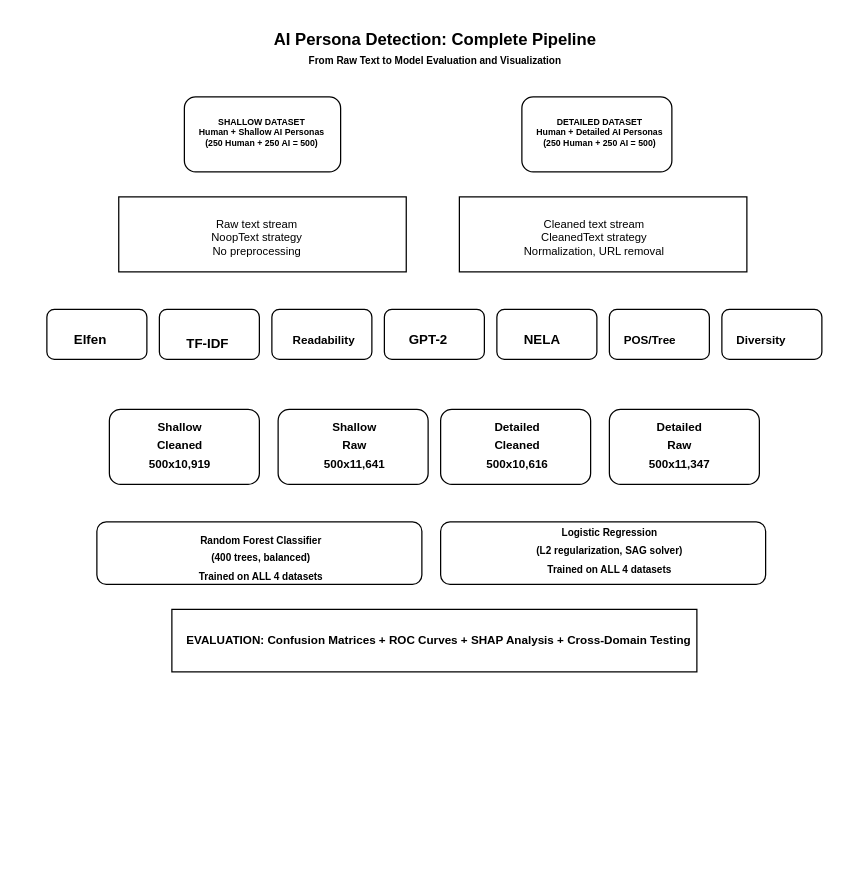
Likich/LLMsim keeps this draw.io diagram as aipersonas.drawio. Above is the earlier version. Source tidied: cells renumbered, new cells numbered last; positions are measured from the earlier drawing's top-left corner, leaving out a move shared by most shapes. Both pictures are drawn from the tidied source at 125%, with x=0, y=0 at pixel (46, 21).
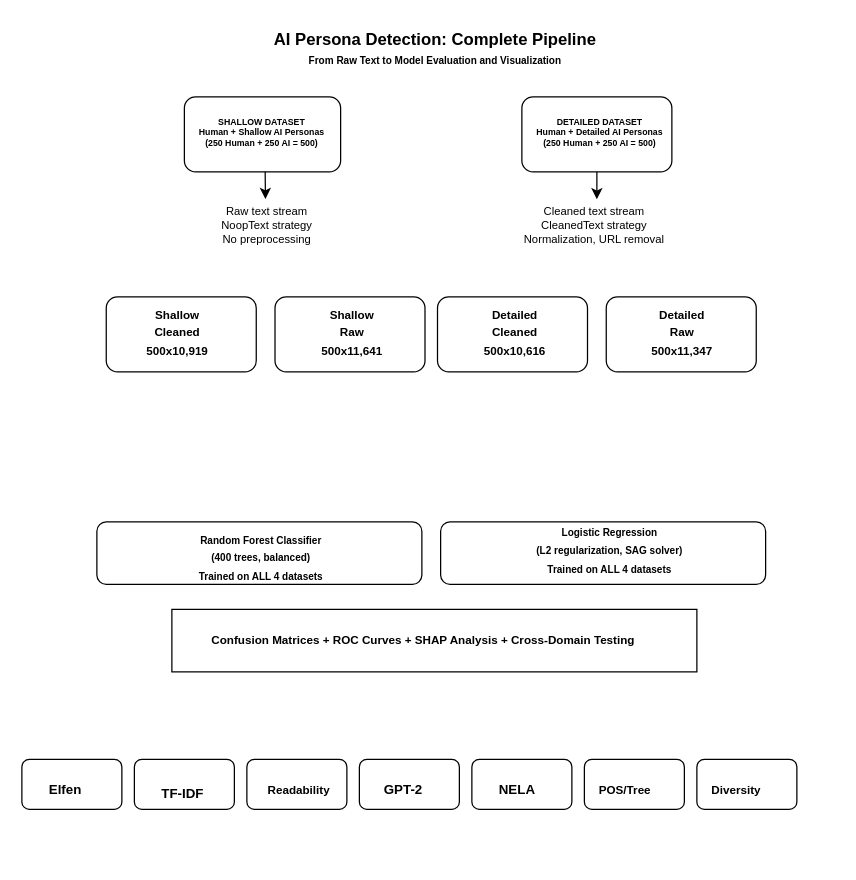
The same page after the edit.

Unchanged cells that the change refers to:
```xml
<mxCell id="2" style="rounded=1;whiteSpace=wrap;html=1;" parent="1" vertex="1">
  <mxGeometry x="110" y="60" width="125" height="60" as="geometry" />
</mxCell>
```

The edit, as a diff of the source:
```diff
@@
-<mxGraphModel>
+<mxGraphModel background="#FFFFFF">
@@
-    <mxCell id="4" style="rounded=0;whiteSpace=wrap;html=1;" parent="1" vertex="1">
-      <mxGeometry x="57.5" y="140" width="230" height="60" as="geometry" />
-    </mxCell>
     <mxCell id="5" style="rounded=1;whiteSpace=wrap;html=1;" parent="1" vertex="1">
-      <mxGeometry y="230" width="80" height="40" as="geometry" />
+      <mxGeometry x="-20" y="590" width="80" height="40" as="geometry" />
     </mxCell>
     <mxCell id="6" style="rounded=1;whiteSpace=wrap;html=1;" parent="1" vertex="1">
-      <mxGeometry x="90" y="230" width="80" height="40" as="geometry" />
+      <mxGeometry x="70" y="590" width="80" height="40" as="geometry" />
     </mxCell>
     <mxCell id="7" style="rounded=1;whiteSpace=wrap;html=1;" parent="1" vertex="1">
-      <mxGeometry x="180" y="230" width="80" height="40" as="geometry" />
+      <mxGeometry x="160" y="590" width="80" height="40" as="geometry" />
     </mxCell>
     <mxCell id="8" style="rounded=1;whiteSpace=wrap;html=1;" parent="1" vertex="1">
-      <mxGeometry x="270" y="230" width="80" height="40" as="geometry" />
+      <mxGeometry x="250" y="590" width="80" height="40" as="geometry" />
     </mxCell>
     <mxCell id="9" style="rounded=1;whiteSpace=wrap;html=1;" parent="1" vertex="1">
-      <mxGeometry x="360" y="230" width="80" height="40" as="geometry" />
+      <mxGeometry x="340" y="590" width="80" height="40" as="geometry" />
     </mxCell>
     <mxCell id="10" style="rounded=1;whiteSpace=wrap;html=1;" parent="1" vertex="1">
-      <mxGeometry x="450" y="230" width="80" height="40" as="geometry" />
+      <mxGeometry x="430" y="590" width="80" height="40" as="geometry" />
     </mxCell>
     <mxCell id="11" style="rounded=1;whiteSpace=wrap;html=1;" parent="1" vertex="1">
-      <mxGeometry x="540" y="230" width="80" height="40" as="geometry" />
+      <mxGeometry x="520" y="590" width="80" height="40" as="geometry" />
     </mxCell>
     <mxCell id="12" style="rounded=1;whiteSpace=wrap;html=1;" parent="1" vertex="1">
-      <mxGeometry x="50" y="310" width="120" height="60" as="geometry" />
+      <mxGeometry x="47.5" y="220" width="120" height="60" as="geometry" />
     </mxCell>
     <mxCell id="13" style="rounded=1;whiteSpace=wrap;html=1;" parent="1" vertex="1">
-      <mxGeometry x="185" y="310" width="120" height="60" as="geometry" />
+      <mxGeometry x="182.5" y="220" width="120" height="60" as="geometry" />
     </mxCell>
     <mxCell id="14" style="rounded=1;whiteSpace=wrap;html=1;" parent="1" vertex="1">
-      <mxGeometry x="315" y="310" width="120" height="60" as="geometry" />
+      <mxGeometry x="312.5" y="220" width="120" height="60" as="geometry" />
     </mxCell>
     <mxCell id="15" style="rounded=1;whiteSpace=wrap;html=1;" parent="1" vertex="1">
-      <mxGeometry x="450" y="310" width="120" height="60" as="geometry" />
+      <mxGeometry x="447.5" y="220" width="120" height="60" as="geometry" />
     </mxCell>
@@
-    <mxCell id="22" style="rounded=0;whiteSpace=wrap;html=1;" parent="1" vertex="1">
-      <mxGeometry x="330" y="140" width="230" height="60" as="geometry" />
-    </mxCell>
     <mxCell id="23" value="&lt;span style=&quot;white-space-collapse: preserve;&quot; id=&quot;docs-internal-guid-e7ef2df1-7fff-57be-7523-29270b06d12b&quot;&gt;&lt;font style=&quot;font-size: 9px;&quot; face=&quot;Arial, sans-serif&quot;&gt;&lt;p dir=&quot;ltr&quot; style=&quot;line-height: 1.2; text-align: center; margin-top: 0pt; margin-bottom: 0pt;&quot;&gt;Raw text stream&lt;/p&gt;&lt;p dir=&quot;ltr&quot; style=&quot;line-height: 1.2; text-align: center; margin-top: 0pt; margin-bottom: 0pt;&quot;&gt;NoopText strategy&lt;/p&gt;&lt;p dir=&quot;ltr&quot; style=&quot;line-height: 1.2; text-align: center; margin-top: 0pt; margin-bottom: 0pt;&quot;&gt;No preprocessing&lt;/p&gt;&lt;/font&gt;&lt;/span&gt;" style="text;whiteSpace=wrap;html=1;" parent="1" vertex="1">
-      <mxGeometry x="130" y="150" width="125" height="40" as="geometry" />
+      <mxGeometry x="137.5" y="140" width="125" height="40" as="geometry" />
     </mxCell>
     <mxCell id="24" value="&lt;span style=&quot;white-space-collapse: preserve;&quot; id=&quot;docs-internal-guid-e7ef2df1-7fff-57be-7523-29270b06d12b&quot;&gt;&lt;font style=&quot;font-size: 9px;&quot; face=&quot;Arial, sans-serif&quot;&gt;&lt;p dir=&quot;ltr&quot; style=&quot;line-height: 1.2; text-align: center; margin-top: 0pt; margin-bottom: 0pt;&quot;&gt;Cleaned text stream&lt;/p&gt;&lt;p dir=&quot;ltr&quot; style=&quot;line-height: 1.2; text-align: center; margin-top: 0pt; margin-bottom: 0pt;&quot;&gt;CleanedText strategy&lt;/p&gt;&lt;p dir=&quot;ltr&quot; style=&quot;line-height: 1.2; text-align: center; margin-top: 0pt; margin-bottom: 0pt;&quot;&gt;Normalization, URL removal&lt;/p&gt;&lt;/font&gt;&lt;/span&gt;" style="text;whiteSpace=wrap;html=1;" parent="1" vertex="1">
-      <mxGeometry x="380" y="150" width="150" height="40" as="geometry" />
+      <mxGeometry x="380" y="140" width="150" height="40" as="geometry" />
     </mxCell>
     <mxCell id="25" value="&lt;b style=&quot;font-weight:normal;&quot; id=&quot;docs-internal-guid-ae7be2e6-7fff-836d-d5e1-5ad2f06c3954&quot;&gt;&lt;p dir=&quot;ltr&quot; style=&quot;line-height:1.2;text-align: center;margin-top:0pt;margin-bottom:0pt;&quot;&gt;&lt;span style=&quot;background-color: transparent; color: light-dark(rgb(0, 0, 0), rgb(237, 237, 237)); font-family: Arial, sans-serif; font-size: 8pt; font-weight: 700; white-space-collapse: preserve;&quot;&gt;Elfen&lt;/span&gt;&lt;/p&gt;&lt;/b&gt;" style="text;whiteSpace=wrap;html=1;" parent="1" vertex="1">
-      <mxGeometry x="20" y="240" width="50" height="40" as="geometry" />
+      <mxGeometry y="600" width="50" height="40" as="geometry" />
     </mxCell>
     <mxCell id="26" value="&lt;b style=&quot;font-weight:normal;&quot; id=&quot;docs-internal-guid-239a915f-7fff-9e85-c979-bd8349d87183&quot;&gt;&lt;p dir=&quot;ltr&quot; style=&quot;line-height:1.2;text-align: center;margin-top:0pt;margin-bottom:0pt;&quot;&gt;&lt;span style=&quot;font-size: 8pt; font-family: Arial, sans-serif; color: rgb(0, 0, 0); background-color: transparent; font-weight: 700; font-style: normal; font-variant: normal; text-decoration: none; vertical-align: baseline; white-space: pre-wrap;&quot;&gt;TF-IDF&lt;/span&gt;&lt;/p&gt;&lt;/b&gt;" style="text;whiteSpace=wrap;html=1;" parent="1" vertex="1">
-      <mxGeometry x="110" y="243.1" width="75" height="46.9" as="geometry" />
+      <mxGeometry x="90" y="603.1" width="75" height="46.9" as="geometry" />
     </mxCell>
     <mxCell id="27" value="&lt;b style=&quot;font-weight:normal;&quot; id=&quot;docs-internal-guid-65ea8784-7fff-c9c4-a3c4-50805980968f&quot;&gt;&lt;p dir=&quot;ltr&quot; style=&quot;line-height:1.2;text-align: center;margin-top:0pt;margin-bottom:0pt;&quot;&gt;&lt;span style=&quot;font-size: 7pt; font-family: Arial, sans-serif; color: rgb(0, 0, 0); background-color: transparent; font-weight: 700; font-style: normal; font-variant: normal; text-decoration: none; vertical-align: baseline; white-space: pre-wrap;&quot;&gt;Readabi&lt;/span&gt;&lt;span style=&quot;background-color: transparent; color: light-dark(rgb(0, 0, 0), rgb(237, 237, 237)); font-family: Arial, sans-serif; font-size: 7pt; font-weight: 700; white-space-collapse: preserve;&quot;&gt;lity&lt;/span&gt;&lt;/p&gt;&lt;/b&gt;" style="text;whiteSpace=wrap;html=1;" parent="1" vertex="1">
-      <mxGeometry x="195" y="240" width="100" height="70" as="geometry" />
+      <mxGeometry x="175" y="600" width="100" height="70" as="geometry" />
     </mxCell>
     <mxCell id="28" value="&lt;b style=&quot;font-weight:normal;&quot; id=&quot;docs-internal-guid-f7293e37-7fff-f836-a736-2f88431ca3c5&quot;&gt;&lt;p dir=&quot;ltr&quot; style=&quot;line-height:1.2;text-align: center;margin-top:0pt;margin-bottom:0pt;&quot;&gt;&lt;span style=&quot;font-size: 8pt; font-family: Arial, sans-serif; color: rgb(0, 0, 0); background-color: transparent; font-weight: 700; font-style: normal; font-variant: normal; text-decoration: none; vertical-align: baseline; white-space: pre-wrap;&quot;&gt;GPT-2&lt;/span&gt;&lt;/p&gt;&lt;/b&gt;" style="text;whiteSpace=wrap;html=1;" parent="1" vertex="1">
-      <mxGeometry x="287.5" y="240" width="80" height="50" as="geometry" />
+      <mxGeometry x="267.5" y="600" width="80" height="50" as="geometry" />
     </mxCell>
     <mxCell id="29" value="&lt;b style=&quot;font-weight:normal;&quot; id=&quot;docs-internal-guid-f9050e85-7fff-1b75-7c0d-9640b4de981a&quot;&gt;&lt;p dir=&quot;ltr&quot; style=&quot;line-height:1.2;text-align: center;margin-top:0pt;margin-bottom:0pt;&quot;&gt;&lt;span style=&quot;font-size: 8pt; font-family: Arial, sans-serif; color: rgb(0, 0, 0); background-color: transparent; font-weight: 700; font-style: normal; font-variant: normal; text-decoration: none; vertical-align: baseline; white-space: pre-wrap;&quot;&gt;NELA&lt;/span&gt;&lt;/p&gt;&lt;/b&gt;" style="text;whiteSpace=wrap;html=1;" parent="1" vertex="1">
-      <mxGeometry x="380" y="240" width="70" height="50" as="geometry" />
+      <mxGeometry x="360" y="600" width="70" height="50" as="geometry" />
     </mxCell>
     <mxCell id="30" value="&lt;b style=&quot;font-weight:normal;&quot; id=&quot;docs-internal-guid-a6923487-7fff-43c2-2566-b96d860c2867&quot;&gt;&lt;p dir=&quot;ltr&quot; style=&quot;line-height:1.2;text-align: center;margin-top:0pt;margin-bottom:0pt;&quot;&gt;&lt;span style=&quot;font-size: 7pt; font-family: Arial, sans-serif; color: rgb(0, 0, 0); background-color: transparent; font-weight: 700; font-style: normal; font-variant: normal; text-decoration: none; vertical-align: baseline; white-space: pre-wrap;&quot;&gt;POS/Tree&lt;/span&gt;&lt;/p&gt;&lt;/b&gt;" style="text;whiteSpace=wrap;html=1;" parent="1" vertex="1">
-      <mxGeometry x="460" y="240" width="80" height="50" as="geometry" />
+      <mxGeometry x="440" y="600" width="80" height="50" as="geometry" />
     </mxCell>
     <mxCell id="31" value="&lt;b style=&quot;font-weight:normal;&quot; id=&quot;docs-internal-guid-04bf9017-7fff-6697-55a7-8e5b70c8b0e8&quot;&gt;&lt;p dir=&quot;ltr&quot; style=&quot;line-height:1.2;text-align: center;margin-top:0pt;margin-bottom:0pt;&quot;&gt;&lt;span style=&quot;font-size: 7pt; font-family: Arial, sans-serif; color: rgb(0, 0, 0); background-color: transparent; font-weight: 700; font-style: normal; font-variant: normal; text-decoration: none; vertical-align: baseline; white-space: pre-wrap;&quot;&gt;Diversity&lt;/span&gt;&lt;/p&gt;&lt;/b&gt;" style="text;whiteSpace=wrap;html=1;" parent="1" vertex="1">
-      <mxGeometry x="550" y="240" width="80" height="50" as="geometry" />
+      <mxGeometry x="530" y="600" width="80" height="50" as="geometry" />
     </mxCell>
     <mxCell id="32" value="&lt;b id=&quot;docs-internal-guid-02ace674-7fff-3820-b169-0030c376648e&quot; style=&quot;forced-color-adjust: none; color: rgb(0, 0, 0); font-family: Helvetica; font-size: 12px; font-style: normal; font-variant-ligatures: normal; font-variant-caps: normal; letter-spacing: normal; orphans: 2; text-align: left; text-indent: 0px; text-transform: none; widows: 2; word-spacing: 0px; -webkit-text-stroke-width: 0px; white-space: normal; background-color: rgb(236, 236, 236); text-decoration-thickness: initial; text-decoration-style: initial; text-decoration-color: initial; font-weight: normal;&quot;&gt;&lt;p dir=&quot;ltr&quot; style=&quot;forced-color-adjust: none; line-height: 1.2; text-align: center; margin-top: 0pt; margin-bottom: 0pt;&quot;&gt;&lt;span style=&quot;forced-color-adjust: none; font-size: 7pt; font-family: Arial, sans-serif; color: light-dark(rgb(0, 0, 0), rgb(237, 237, 237)); background-color: transparent; font-weight: 700; font-style: normal; font-variant: normal; text-decoration: none; vertical-align: baseline; white-space: pre-wrap;&quot;&gt;Shallow&lt;/span&gt;&lt;/p&gt;&lt;p dir=&quot;ltr&quot; style=&quot;forced-color-adjust: none; line-height: 1.2; text-align: center; margin-top: 0pt; margin-bottom: 0pt;&quot;&gt;&lt;span style=&quot;forced-color-adjust: none; font-size: 7pt; font-family: Arial, sans-serif; color: light-dark(rgb(0, 0, 0), rgb(237, 237, 237)); background-color: transparent; font-weight: 700; font-style: normal; font-variant: normal; text-decoration: none; vertical-align: baseline; white-space: pre-wrap;&quot;&gt;Cleaned&lt;/span&gt;&lt;/p&gt;&lt;p dir=&quot;ltr&quot; style=&quot;forced-color-adjust: none; line-height: 1.2; text-align: center; margin-top: 0pt; margin-bottom: 0pt;&quot;&gt;&lt;span style=&quot;forced-color-adjust: none; font-size: 7pt; font-family: Arial, sans-serif; color: light-dark(rgb(0, 0, 0), rgb(237, 237, 237)); background-color: transparent; font-weight: 700; font-style: normal; font-variant: normal; text-decoration: none; vertical-align: baseline; white-space: pre-wrap;&quot;&gt;500x10,919&lt;/span&gt;&lt;/p&gt;&lt;/b&gt;" style="text;whiteSpace=wrap;html=1;" parent="1" vertex="1">
-      <mxGeometry x="80" y="310" width="80" height="70" as="geometry" />
+      <mxGeometry x="77.5" y="220" width="80" height="70" as="geometry" />
     </mxCell>
     <mxCell id="33" value="&lt;b id=&quot;docs-internal-guid-02ace674-7fff-3820-b169-0030c376648e&quot; style=&quot;forced-color-adjust: none; color: rgb(0, 0, 0); font-family: Helvetica; font-size: 12px; font-style: normal; font-variant-ligatures: normal; font-variant-caps: normal; letter-spacing: normal; orphans: 2; text-align: left; text-indent: 0px; text-transform: none; widows: 2; word-spacing: 0px; -webkit-text-stroke-width: 0px; white-space: normal; background-color: rgb(236, 236, 236); text-decoration-thickness: initial; text-decoration-style: initial; text-decoration-color: initial; font-weight: normal;&quot;&gt;&lt;p dir=&quot;ltr&quot; style=&quot;forced-color-adjust: none; line-height: 1.2; text-align: center; margin-top: 0pt; margin-bottom: 0pt;&quot;&gt;&lt;span style=&quot;forced-color-adjust: none; font-size: 7pt; font-family: Arial, sans-serif; color: light-dark(rgb(0, 0, 0), rgb(237, 237, 237)); background-color: transparent; font-weight: 700; font-style: normal; font-variant: normal; text-decoration: none; vertical-align: baseline; white-space: pre-wrap;&quot;&gt;Shallow&lt;/span&gt;&lt;/p&gt;&lt;p dir=&quot;ltr&quot; style=&quot;forced-color-adjust: none; line-height: 1.2; text-align: center; margin-top: 0pt; margin-bottom: 0pt;&quot;&gt;&lt;span style=&quot;forced-color-adjust: none; font-size: 7pt; font-family: Arial, sans-serif; color: light-dark(rgb(0, 0, 0), rgb(237, 237, 237)); background-color: transparent; font-weight: 700; font-style: normal; font-variant: normal; text-decoration: none; vertical-align: baseline; white-space: pre-wrap;&quot;&gt;Raw&lt;/span&gt;&lt;/p&gt;&lt;p dir=&quot;ltr&quot; style=&quot;forced-color-adjust: none; line-height: 1.2; text-align: center; margin-top: 0pt; margin-bottom: 0pt;&quot;&gt;&lt;span style=&quot;forced-color-adjust: none; font-size: 7pt; font-family: Arial, sans-serif; color: light-dark(rgb(0, 0, 0), rgb(237, 237, 237)); background-color: transparent; font-weight: 700; font-style: normal; font-variant: normal; text-decoration: none; vertical-align: baseline; white-space: pre-wrap;&quot;&gt;500x11,641&lt;/span&gt;&lt;/p&gt;&lt;/b&gt;" style="text;whiteSpace=wrap;html=1;" parent="1" vertex="1">
-      <mxGeometry x="220" y="310" width="80" height="70" as="geometry" />
+      <mxGeometry x="217.5" y="220" width="80" height="70" as="geometry" />
     </mxCell>
     <mxCell id="34" value="&lt;b id=&quot;docs-internal-guid-02ace674-7fff-3820-b169-0030c376648e&quot; style=&quot;forced-color-adjust: none; color: rgb(0, 0, 0); font-family: Helvetica; font-size: 12px; font-style: normal; font-variant-ligatures: normal; font-variant-caps: normal; letter-spacing: normal; orphans: 2; text-align: left; text-indent: 0px; text-transform: none; widows: 2; word-spacing: 0px; -webkit-text-stroke-width: 0px; white-space: normal; background-color: rgb(236, 236, 236); text-decoration-thickness: initial; text-decoration-style: initial; text-decoration-color: initial; font-weight: normal;&quot;&gt;&lt;p dir=&quot;ltr&quot; style=&quot;forced-color-adjust: none; line-height: 1.2; text-align: center; margin-top: 0pt; margin-bottom: 0pt;&quot;&gt;&lt;span style=&quot;forced-color-adjust: none; font-size: 7pt; font-family: Arial, sans-serif; color: light-dark(rgb(0, 0, 0), rgb(237, 237, 237)); background-color: transparent; font-weight: 700; font-style: normal; font-variant: normal; text-decoration: none; vertical-align: baseline; white-space: pre-wrap;&quot;&gt;Detailed&lt;/span&gt;&lt;/p&gt;&lt;p dir=&quot;ltr&quot; style=&quot;forced-color-adjust: none; line-height: 1.2; text-align: center; margin-top: 0pt; margin-bottom: 0pt;&quot;&gt;&lt;span style=&quot;forced-color-adjust: none; font-size: 7pt; font-family: Arial, sans-serif; color: light-dark(rgb(0, 0, 0), rgb(237, 237, 237)); background-color: transparent; font-weight: 700; font-style: normal; font-variant: normal; text-decoration: none; vertical-align: baseline; white-space: pre-wrap;&quot;&gt;Cleaned&lt;/span&gt;&lt;/p&gt;&lt;p dir=&quot;ltr&quot; style=&quot;forced-color-adjust: none; line-height: 1.2; text-align: center; margin-top: 0pt; margin-bottom: 0pt;&quot;&gt;&lt;span style=&quot;forced-color-adjust: none; font-size: 7pt; font-family: Arial, sans-serif; color: light-dark(rgb(0, 0, 0), rgb(237, 237, 237)); background-color: transparent; font-weight: 700; font-style: normal; font-variant: normal; text-decoration: none; vertical-align: baseline; white-space: pre-wrap;&quot;&gt;500x10,616&lt;/span&gt;&lt;/p&gt;&lt;/b&gt;" style="text;whiteSpace=wrap;html=1;" parent="1" vertex="1">
-      <mxGeometry x="350" y="310" width="80" height="70" as="geometry" />
+      <mxGeometry x="347.5" y="220" width="80" height="70" as="geometry" />
     </mxCell>
     <mxCell id="35" value="&lt;b id=&quot;docs-internal-guid-02ace674-7fff-3820-b169-0030c376648e&quot; style=&quot;forced-color-adjust: none; color: rgb(0, 0, 0); font-family: Helvetica; font-size: 12px; font-style: normal; font-variant-ligatures: normal; font-variant-caps: normal; letter-spacing: normal; orphans: 2; text-align: left; text-indent: 0px; text-transform: none; widows: 2; word-spacing: 0px; -webkit-text-stroke-width: 0px; white-space: normal; background-color: rgb(236, 236, 236); text-decoration-thickness: initial; text-decoration-style: initial; text-decoration-color: initial; font-weight: normal;&quot;&gt;&lt;p dir=&quot;ltr&quot; style=&quot;forced-color-adjust: none; line-height: 1.2; text-align: center; margin-top: 0pt; margin-bottom: 0pt;&quot;&gt;&lt;span style=&quot;forced-color-adjust: none; font-size: 7pt; font-family: Arial, sans-serif; color: light-dark(rgb(0, 0, 0), rgb(237, 237, 237)); background-color: transparent; font-weight: 700; font-style: normal; font-variant: normal; text-decoration: none; vertical-align: baseline; white-space: pre-wrap;&quot;&gt;Detailed&lt;/span&gt;&lt;/p&gt;&lt;p dir=&quot;ltr&quot; style=&quot;forced-color-adjust: none; line-height: 1.2; text-align: center; margin-top: 0pt; margin-bottom: 0pt;&quot;&gt;&lt;span style=&quot;forced-color-adjust: none; font-size: 7pt; font-family: Arial, sans-serif; color: light-dark(rgb(0, 0, 0), rgb(237, 237, 237)); background-color: transparent; font-weight: 700; font-style: normal; font-variant: normal; text-decoration: none; vertical-align: baseline; white-space: pre-wrap;&quot;&gt;Raw&lt;/span&gt;&lt;/p&gt;&lt;p dir=&quot;ltr&quot; style=&quot;forced-color-adjust: none; line-height: 1.2; text-align: center; margin-top: 0pt; margin-bottom: 0pt;&quot;&gt;&lt;span style=&quot;forced-color-adjust: none; font-size: 7pt; font-family: Arial, sans-serif; color: light-dark(rgb(0, 0, 0), rgb(237, 237, 237)); background-color: transparent; font-weight: 700; font-style: normal; font-variant: normal; text-decoration: none; vertical-align: baseline; white-space: pre-wrap;&quot;&gt;500x11,347&lt;/span&gt;&lt;/p&gt;&lt;/b&gt;" style="text;whiteSpace=wrap;html=1;" parent="1" vertex="1">
-      <mxGeometry x="480" y="310" width="80" height="70" as="geometry" />
+      <mxGeometry x="482" y="220" width="80" height="70" as="geometry" />
     </mxCell>
-    <mxCell id="36" value="&lt;b style=&quot;font-weight:normal;&quot; id=&quot;docs-internal-guid-4c241ec0-7fff-66e1-a8ab-1af012cb2349&quot;&gt;&lt;p dir=&quot;ltr&quot; style=&quot;line-height:1.2;text-align: center;margin-top:0pt;margin-bottom:0pt;&quot;&gt;&lt;span style=&quot;font-size:6.999999999999999pt;font-family:Arial,sans-serif;color:#000000;background-color:transparent;font-weight:700;font-style:normal;font-variant:normal;text-decoration:none;vertical-align:baseline;white-space:pre;white-space:pre-wrap;&quot;&gt;EVALUATION: Confusion Matrices + ROC Curves + SHAP Analysis + Cross-Domain Testing&lt;/span&gt;&lt;/p&gt;&lt;/b&gt;&lt;br class=&quot;Apple-interchange-newline&quot;&gt;" style="text;whiteSpace=wrap;html=1;" parent="1" vertex="1">
-      <mxGeometry x="110" y="480" width="440" height="50" as="geometry" />
+    <mxCell id="36" value="&lt;b style=&quot;font-weight:normal;&quot; id=&quot;docs-internal-guid-4c241ec0-7fff-66e1-a8ab-1af012cb2349&quot;&gt;&lt;p dir=&quot;ltr&quot; style=&quot;line-height:1.2;text-align: center;margin-top:0pt;margin-bottom:0pt;&quot;&gt;&lt;span style=&quot;font-size: 7pt; font-family: Arial, sans-serif; color: rgb(0, 0, 0); background-color: transparent; font-weight: 700; font-style: normal; font-variant: normal; text-decoration: none; vertical-align: baseline; white-space: pre-wrap;&quot;&gt;Confusion Matrices + ROC Curves + SHAP Analysis + Cross-Domain Testing&lt;/span&gt;&lt;/p&gt;&lt;/b&gt;" style="text;whiteSpace=wrap;html=1;" parent="1" vertex="1">
+      <mxGeometry x="130" y="480" width="440" height="50" as="geometry" />
     </mxCell>
@@
+    <mxCell id="39" style="endArrow=classic;html=1;rounded=0;entryX=0.299;entryY=0.043;entryDx=0;entryDy=0;entryPerimeter=0;exitX=0.517;exitY=0.999;exitDx=0;exitDy=0;exitPerimeter=0;" parent="1" edge="1" source="2" target="23">
+      <mxGeometry relative="1" as="geometry" />
+    </mxCell>
+    <mxCell id="40" style="endArrow=classic;html=1;rounded=0;entryX=0.299;entryY=0.043;entryDx=0;entryDy=0;entryPerimeter=0;exitX=0.517;exitY=0.999;exitDx=0;exitDy=0;exitPerimeter=0;" parent="1" edge="1">
+      <mxGeometry relative="1" as="geometry">
+        <mxPoint x="440" y="120" as="sourcePoint" />
+        <mxPoint x="440" y="142" as="targetPoint" />
+      </mxGeometry>
+    </mxCell>
```
